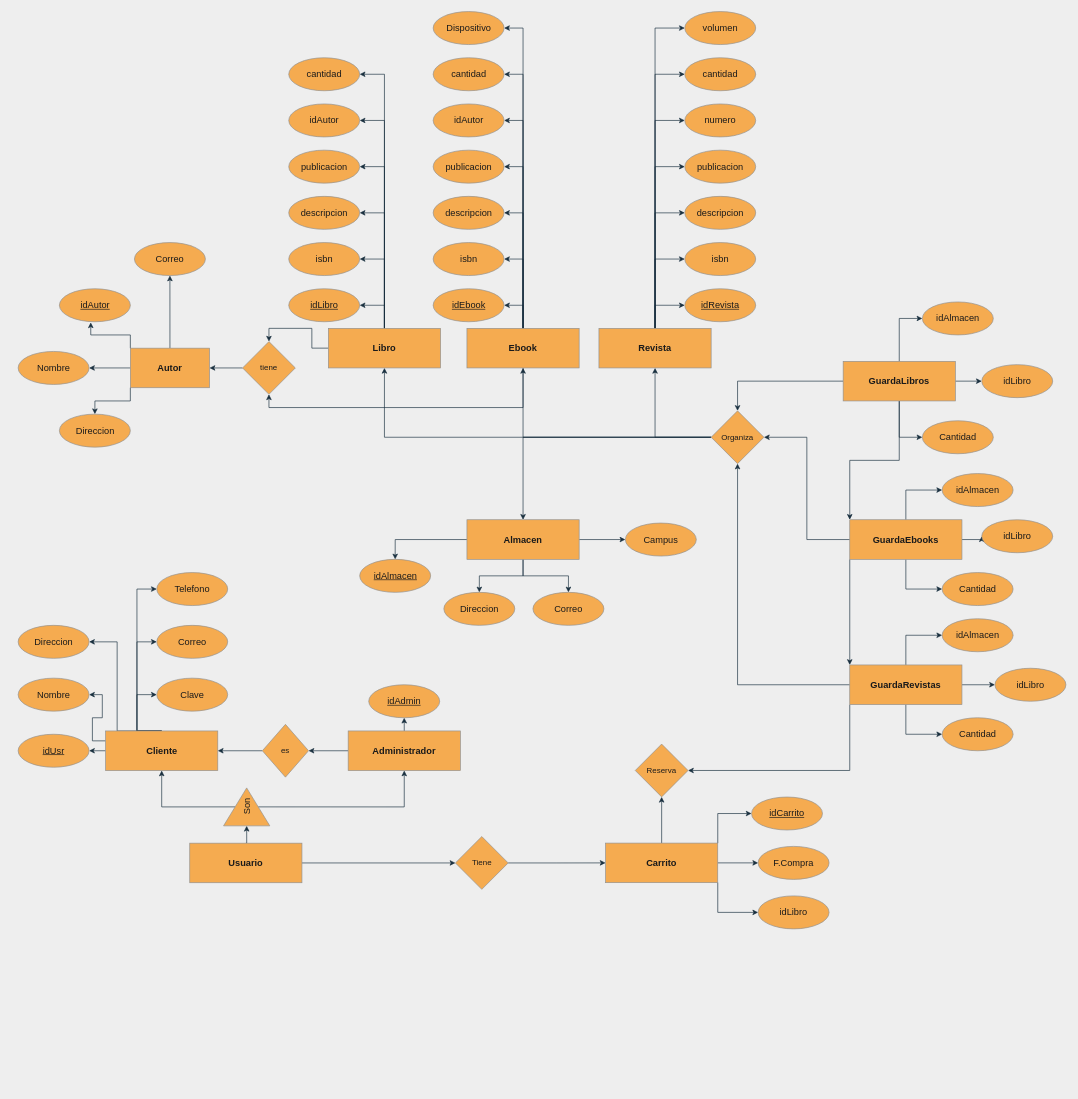
The draw.io diagram diagrama/Diagrama Modelo.drawio in hannsnz/ProyectoLibreria, before the edit. Source tidied: cells renumbered, new cells numbered last; positions are measured from the earlier drawing's top-left corner, leaving out a move shared by most shapes. Both pictures are drawn from the tidied source at 66%, with x=0, y=0 at pixel (18, 11).
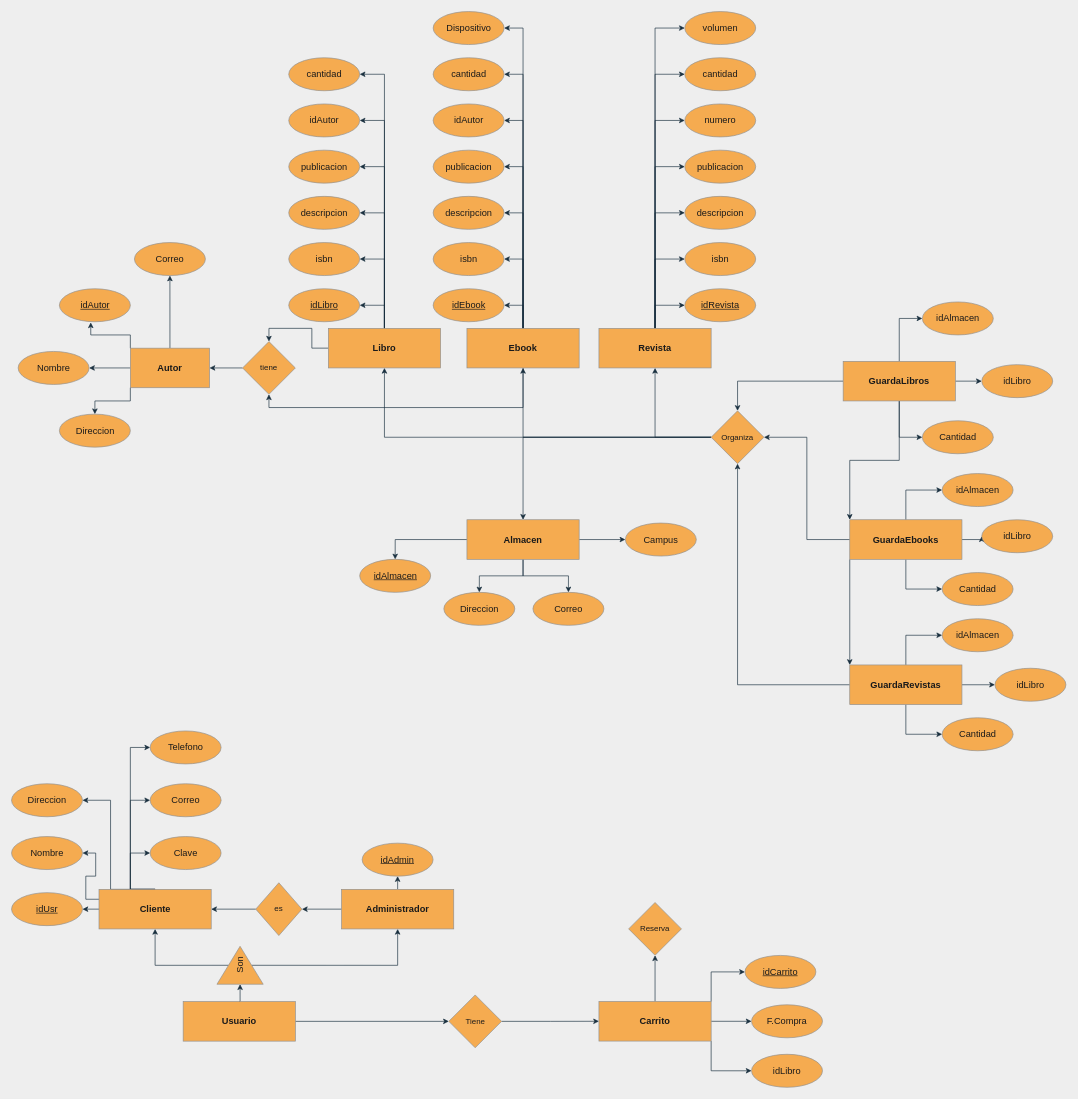
The same diagram, later.

Unchanged cells that the change refers to:
```xml
<mxCell id="119" value="&lt;b&gt;&lt;font style=&quot;font-size: 14px;&quot;&gt;GuardaRevistas&lt;/font&gt;&lt;/b&gt;" style="rounded=0;whiteSpace=wrap;html=1;fillColor=#F5AB50;strokeColor=#909090;fontColor=#1A1A1A;" parent="1" vertex="1">
  <mxGeometry x="1260" y="990" width="170" height="60" as="geometry" />
</mxCell>
```

The edit, as a diff of the source:
```diff
@@
     <mxCell id="4" value="&lt;b&gt;&lt;font style=&quot;font-size: 14px;&quot;&gt;Usuario&lt;/font&gt;&lt;/b&gt;" style="rounded=0;whiteSpace=wrap;html=1;fillColor=#F5AB50;strokeColor=#909090;fontColor=#1A1A1A;" parent="1" vertex="1">
-      <mxGeometry x="260" y="1260" width="170" height="60" as="geometry" />
+      <mxGeometry x="250" y="1500" width="170" height="60" as="geometry" />
     </mxCell>
@@
     <mxCell id="7" value="Son" style="triangle;whiteSpace=wrap;html=1;fontSize=14;rotation=-90;align=center;verticalAlign=middle;fillColor=#F5AB50;strokeColor=#909090;fontColor=#1A1A1A;" parent="1" vertex="1">
-      <mxGeometry x="317.5" y="1170" width="57.5" height="70.1" as="geometry" />
+      <mxGeometry x="307.5" y="1410" width="57.5" height="70.1" as="geometry" />
     </mxCell>
@@
     <mxCell id="10" style="edgeStyle=orthogonalEdgeStyle;rounded=0;jettySize=auto;html=1;exitX=0.5;exitY=0;exitDx=0;exitDy=0;entryX=1;entryY=0.5;entryDx=0;entryDy=0;fontSize=14;strokeColor=#182E3E;labelBackgroundColor=#EEEEEE;fontColor=#1A1A1A;" parent="1" edge="1" source="14" target="20">
       <mxGeometry relative="1" as="geometry">
         <Array as="points">
-          <mxPoint x="150" y="1090" />
-          <mxPoint x="150" y="955" />
+          <mxPoint x="140" y="1330" />
+          <mxPoint x="140" y="1195" />
         </Array>
       </mxGeometry>
     </mxCell>
     <mxCell id="11" style="edgeStyle=orthogonalEdgeStyle;rounded=0;jettySize=auto;html=1;exitX=0.5;exitY=0;exitDx=0;exitDy=0;entryX=0;entryY=0.5;entryDx=0;entryDy=0;fontSize=14;strokeColor=#182E3E;labelBackgroundColor=#EEEEEE;fontColor=#1A1A1A;" parent="1" edge="1" source="14" target="23">
       <mxGeometry relative="1" as="geometry">
         <Array as="points">
-          <mxPoint x="180" y="1090" />
-          <mxPoint x="180" y="1035" />
+          <mxPoint x="170" y="1330" />
+          <mxPoint x="170" y="1275" />
         </Array>
       </mxGeometry>
     </mxCell>
     <mxCell id="12" style="edgeStyle=orthogonalEdgeStyle;rounded=0;jettySize=auto;html=1;exitX=0.5;exitY=0;exitDx=0;exitDy=0;entryX=0;entryY=0.5;entryDx=0;entryDy=0;fontSize=14;strokeColor=#182E3E;labelBackgroundColor=#EEEEEE;fontColor=#1A1A1A;" parent="1" edge="1" source="14" target="21">
       <mxGeometry relative="1" as="geometry">
         <Array as="points">
-          <mxPoint x="180" y="1090" />
-          <mxPoint x="180" y="955" />
+          <mxPoint x="170" y="1330" />
+          <mxPoint x="170" y="1195" />
         </Array>
       </mxGeometry>
     </mxCell>
     <mxCell id="13" style="edgeStyle=orthogonalEdgeStyle;rounded=0;jettySize=auto;html=1;exitX=0.5;exitY=0;exitDx=0;exitDy=0;entryX=0;entryY=0.5;entryDx=0;entryDy=0;fontSize=14;strokeColor=#182E3E;labelBackgroundColor=#EEEEEE;fontColor=#1A1A1A;" parent="1" edge="1" source="14" target="22">
       <mxGeometry relative="1" as="geometry">
         <Array as="points">
-          <mxPoint x="180" y="1090" />
-          <mxPoint x="180" y="875" />
+          <mxPoint x="170" y="1330" />
+          <mxPoint x="170" y="1115" />
         </Array>
       </mxGeometry>
     </mxCell>
     <mxCell id="14" value="&lt;b&gt;&lt;font style=&quot;font-size: 14px;&quot;&gt;Cliente&lt;/font&gt;&lt;/b&gt;" style="rounded=0;whiteSpace=wrap;html=1;fillColor=#F5AB50;strokeColor=#909090;fontColor=#1A1A1A;" parent="1" vertex="1">
-      <mxGeometry x="132.5" y="1090" width="170" height="60" as="geometry" />
+      <mxGeometry x="122.5" y="1330" width="170" height="60" as="geometry" />
     </mxCell>
@@
     <mxCell id="17" value="&lt;b&gt;&lt;font style=&quot;font-size: 14px;&quot;&gt;Administrador&lt;/font&gt;&lt;/b&gt;" style="rounded=0;whiteSpace=wrap;html=1;fillColor=#F5AB50;strokeColor=#909090;fontColor=#1A1A1A;" parent="1" vertex="1">
-      <mxGeometry x="500" y="1090" width="170" height="60" as="geometry" />
+      <mxGeometry x="490" y="1330" width="170" height="60" as="geometry" />
     </mxCell>
     <mxCell id="18" value="idUsr" style="ellipse;whiteSpace=wrap;html=1;fontSize=14;fontStyle=4;fillColor=#F5AB50;strokeColor=#909090;fontColor=#1A1A1A;" parent="1" vertex="1">
-      <mxGeometry y="1095" width="107.5" height="50" as="geometry" />
+      <mxGeometry x="-10" y="1335" width="107.5" height="50" as="geometry" />
     </mxCell>
     <mxCell id="19" value="Nombre" style="ellipse;whiteSpace=wrap;html=1;fontSize=14;fillColor=#F5AB50;strokeColor=#909090;fontColor=#1A1A1A;" parent="1" vertex="1">
-      <mxGeometry y="1010" width="107.5" height="50" as="geometry" />
+      <mxGeometry x="-10" y="1250" width="107.5" height="50" as="geometry" />
     </mxCell>
     <mxCell id="20" value="Direccion" style="ellipse;whiteSpace=wrap;html=1;fontSize=14;fillColor=#F5AB50;strokeColor=#909090;fontColor=#1A1A1A;" parent="1" vertex="1">
-      <mxGeometry y="930" width="107.5" height="50" as="geometry" />
+      <mxGeometry x="-10" y="1170" width="107.5" height="50" as="geometry" />
     </mxCell>
     <mxCell id="21" value="Correo" style="ellipse;whiteSpace=wrap;html=1;fontSize=14;fillColor=#F5AB50;strokeColor=#909090;fontColor=#1A1A1A;" parent="1" vertex="1">
-      <mxGeometry x="210" y="930" width="107.5" height="50" as="geometry" />
+      <mxGeometry x="200" y="1170" width="107.5" height="50" as="geometry" />
     </mxCell>
     <mxCell id="22" value="Telefono" style="ellipse;whiteSpace=wrap;html=1;fontSize=14;fillColor=#F5AB50;strokeColor=#909090;fontColor=#1A1A1A;" parent="1" vertex="1">
-      <mxGeometry x="210" y="850" width="107.5" height="50" as="geometry" />
+      <mxGeometry x="200" y="1090" width="107.5" height="50" as="geometry" />
     </mxCell>
     <mxCell id="23" value="Clave" style="ellipse;whiteSpace=wrap;html=1;fontSize=14;fillColor=#F5AB50;strokeColor=#909090;fontColor=#1A1A1A;" parent="1" vertex="1">
-      <mxGeometry x="210" y="1010" width="107.5" height="50" as="geometry" />
+      <mxGeometry x="200" y="1250" width="107.5" height="50" as="geometry" />
     </mxCell>
     <mxCell id="24" value="idAdmin" style="ellipse;whiteSpace=wrap;html=1;fontSize=14;fontStyle=4;fillColor=#F5AB50;strokeColor=#909090;fontColor=#1A1A1A;" parent="1" vertex="1">
-      <mxGeometry x="531.2" y="1020" width="107.5" height="50" as="geometry" />
+      <mxGeometry x="521.2" y="1260" width="107.5" height="50" as="geometry" />
     </mxCell>
@@
     <mxCell id="26" value="es" style="rhombus;whiteSpace=wrap;html=1;rounded=0;fillColor=#F5AB50;strokeColor=#909090;fontColor=#1A1A1A;" parent="1" vertex="1">
-      <mxGeometry x="370" y="1080" width="70" height="80" as="geometry" />
+      <mxGeometry x="360" y="1320" width="70" height="80" as="geometry" />
     </mxCell>
@@
     <mxCell id="87" value="&lt;b&gt;&lt;font style=&quot;font-size: 14px;&quot;&gt;Carrito&lt;/font&gt;&lt;/b&gt;" style="rounded=0;whiteSpace=wrap;html=1;fillColor=#F5AB50;strokeColor=#909090;fontColor=#1A1A1A;" parent="1" vertex="1">
-      <mxGeometry x="890" y="1259.9" width="170" height="60" as="geometry" />
+      <mxGeometry x="880" y="1499.9" width="170" height="60" as="geometry" />
     </mxCell>
@@
     <mxCell id="89" value="Tiene" style="rhombus;whiteSpace=wrap;html=1;rounded=0;fillColor=#F5AB50;strokeColor=#909090;fontColor=#1A1A1A;" parent="1" vertex="1">
-      <mxGeometry x="662.5" y="1250" width="80" height="80" as="geometry" />
+      <mxGeometry x="652.5" y="1490" width="80" height="80" as="geometry" />
     </mxCell>
     <mxCell id="90" value="idCarrito" style="ellipse;whiteSpace=wrap;html=1;fontSize=14;fontStyle=4;fillColor=#F5AB50;strokeColor=#909090;fontColor=#1A1A1A;" parent="1" vertex="1">
-      <mxGeometry x="1111.2" y="1190.1" width="107.5" height="50" as="geometry" />
+      <mxGeometry x="1101.2" y="1430.1" width="107.5" height="50" as="geometry" />
     </mxCell>
     <mxCell id="91" value="F.Compra" style="ellipse;whiteSpace=wrap;html=1;fontSize=14;fontStyle=0;fillColor=#F5AB50;strokeColor=#909090;fontColor=#1A1A1A;" parent="1" vertex="1">
-      <mxGeometry x="1121.2" y="1264.9" width="107.5" height="50" as="geometry" />
+      <mxGeometry x="1111.2" y="1504.9" width="107.5" height="50" as="geometry" />
     </mxCell>
     <mxCell id="92" value="idLibro" style="ellipse;whiteSpace=wrap;html=1;fontSize=14;fontStyle=0;fillColor=#F5AB50;strokeColor=#909090;fontColor=#1A1A1A;" parent="1" vertex="1">
-      <mxGeometry x="1121.2" y="1339.9" width="107.5" height="50" as="geometry" />
+      <mxGeometry x="1111.2" y="1579.9" width="107.5" height="50" as="geometry" />
     </mxCell>
@@
-    <mxCell id="118" style="edgeStyle=orthogonalEdgeStyle;rounded=0;jettySize=auto;html=1;exitX=0;exitY=1;exitDx=0;exitDy=0;entryX=1;entryY=0.5;entryDx=0;entryDy=0;fontSize=14;strokeColor=#182E3E;labelBackgroundColor=#EEEEEE;fontColor=#1A1A1A;" parent="1" edge="1" source="119" target="134">
-      <mxGeometry relative="1" as="geometry" />
-    </mxCell>
@@
     <mxCell id="134" value="Reserva" style="rhombus;whiteSpace=wrap;html=1;rounded=0;fillColor=#F5AB50;strokeColor=#909090;fontColor=#1A1A1A;" parent="1" vertex="1">
-      <mxGeometry x="935" y="1109.9" width="80" height="80" as="geometry" />
+      <mxGeometry x="925" y="1349.9" width="80" height="80" as="geometry" />
     </mxCell>
```
